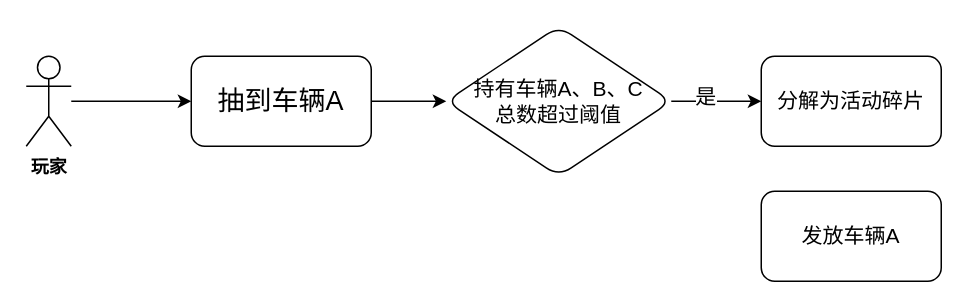
dingdu/7days-golang keeps this draw.io diagram as 限量及分解.drawio. Above is the earlier version. Source tidied: cells renumbered, new cells numbered last; positions are measured from the earlier drawing's top-left corner, leaving out a move shared by most shapes. Both pictures are drawn from the tidied source at 150%, with x=0, y=0 at pixel (26, 26).
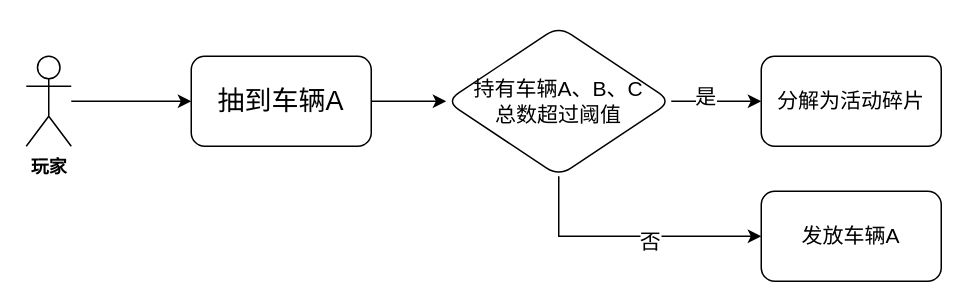
Above is the later version.

Commit message (it also covers changes not shown here):
更新限量及分解.drawio

Diff of the diagram source:
```diff
@@
 <mxGraphModel>
   <root>
     <mxCell id="0" />
     <mxCell id="1" parent="0" />
     <mxCell id="2" style="edgeStyle=orthogonalEdgeStyle;rounded=0;jettySize=auto;html=1;" parent="1" edge="1" source="3" target="5">
       <mxGeometry relative="1" as="geometry" />
     </mxCell>
     <mxCell id="3" value="&lt;b&gt;玩家&lt;/b&gt;" style="shape=umlActor;verticalLabelPosition=bottom;verticalAlign=top;html=1;outlineConnect=0;" parent="1" vertex="1">
       <mxGeometry y="20" width="30" height="60" as="geometry" />
     </mxCell>
     <mxCell id="4" style="edgeStyle=orthogonalEdgeStyle;rounded=0;jettySize=auto;html=1;" parent="1" edge="1" source="5" target="8">
       <mxGeometry relative="1" as="geometry" />
     </mxCell>
     <mxCell id="5" value="&lt;font style=&quot;font-size: 18px;&quot;&gt;抽到车辆A&lt;/font&gt;" style="rounded=1;whiteSpace=wrap;html=1;" parent="1" vertex="1">
       <mxGeometry x="110" y="20" width="120" height="60" as="geometry" />
     </mxCell>
     <mxCell id="6" style="edgeStyle=orthogonalEdgeStyle;rounded=0;jettySize=auto;html=1;fontSize=14;" parent="1" edge="1" source="8" target="9">
       <mxGeometry relative="1" as="geometry" />
     </mxCell>
     <mxCell id="7" value="是" style="edgeLabel;html=1;align=center;verticalAlign=middle;fontSize=14;" parent="6" vertex="1">
       <mxGeometry x="-0.27" y="4" relative="1" as="geometry" />
     </mxCell>
+    <mxCell id="11" style="edgeStyle=orthogonalEdgeStyle;rounded=0;jettySize=auto;html=1;entryX=0;entryY=0.5;entryDx=0;entryDy=0;fontSize=14;" parent="1" edge="1" source="8" target="10">
+      <mxGeometry relative="1" as="geometry">
+        <Array as="points">
+          <mxPoint x="355" y="140" />
+        </Array>
+      </mxGeometry>
+    </mxCell>
+    <mxCell id="12" value="否" style="edgeLabel;html=1;align=center;verticalAlign=middle;fontSize=14;" parent="11" vertex="1">
+      <mxGeometry x="0.14" y="-3" relative="1" as="geometry" />
+    </mxCell>
     <mxCell id="8" value="&lt;font style=&quot;font-size: 14px;&quot;&gt;持有车辆A、B、C&lt;br&gt;总数超过阈值&lt;/font&gt;" style="rhombus;whiteSpace=wrap;html=1;rounded=1;" parent="1" vertex="1">
       <mxGeometry x="280" width="150" height="100" as="geometry" />
     </mxCell>
     <mxCell id="9" value="&lt;font style=&quot;font-size: 14px;&quot;&gt;分解为活动碎片&lt;/font&gt;" style="whiteSpace=wrap;html=1;rounded=1;" parent="1" vertex="1">
       <mxGeometry x="490" y="20" width="120" height="60" as="geometry" />
     </mxCell>
     <mxCell id="10" value="&lt;font style=&quot;font-size: 14px;&quot;&gt;发放车辆A&lt;/font&gt;" style="whiteSpace=wrap;html=1;rounded=1;" parent="1" vertex="1">
       <mxGeometry x="490" y="110" width="120" height="60" as="geometry" />
     </mxCell>
   </root>
 </mxGraphModel>
```
